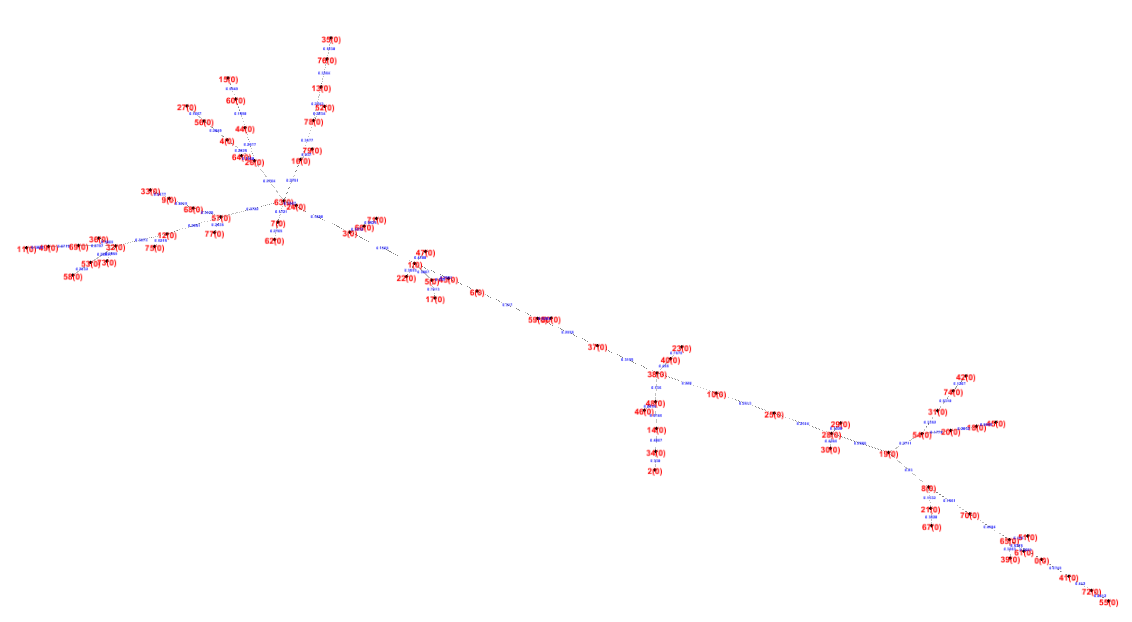
Earlier version of the Graphviz export proyecto_4/Capturas/01Erdos,80,190_Prim.png (UR00ing/DAA_proyecto). Its source is kept beside it as proyecto_4/Prim/01Erdos,80,190_Prim.gv. Source of this version:
```dot
graph G {
"72(0)" -- "41(0)" [label="0.412"];
"41(0)" -- "0(0)" [label="0.0749"];
"0(0)" -- "65(0)" [label="0.3001"];
"65(0)" -- "51(0)" [label="0.163"];
"65(0)" -- "39(0)" [label="0.3963"];
"65(0)" -- "70(0)" [label="0.4484"];
"70(0)" -- "8(0)" [label="0.1561"];
"8(0)" -- "21(0)" [label="0.1332"];
"8(0)" -- "19(0)" [label="0.23"];
"19(0)" -- "28(0)" [label="0.2586"];
"28(0)" -- "29(0)" [label="0.1228"];
"28(0)" -- "25(0)" [label="0.2314"];
"25(0)" -- "10(0)" [label="0.2313"];
"10(0)" -- "38(0)" [label="0.228"];
"38(0)" -- "48(0)" [label="0.136"];
"48(0)" -- "14(0)" [label="0.0746"];
"48(0)" -- "46(0)" [label="0.0834"];
"19(0)" -- "54(0)" [label="0.2711"];
"54(0)" -- "20(0)" [label="0.1774"];
"20(0)" -- "18(0)" [label="0.2832"];
"18(0)" -- "45(0)" [label="0.0466"];
"21(0)" -- "67(0)" [label="0.3028"];
"38(0)" -- "37(0)" [label="0.3195"];
"37(0)" -- "59(0)" [label="0.2955"];
"59(0)" -- "6(0)" [label="0.317"];
"6(0)" -- "1(0)" [label="0.2661"];
"1(0)" -- "3(0)" [label="0.1305"];
"3(0)" -- "63(0)" [label="0.1098"];
"3(0)" -- "66(0)" [label="0.1672"];
"63(0)" -- "7(0)" [label="0.1721"];
"63(0)" -- "26(0)" [label="0.2704"];
"26(0)" -- "64(0)" [label="0.1968"];
"26(0)" -- "4(0)" [label="0.2025"];
"7(0)" -- "62(0)" [label="0.2705"];
"63(0)" -- "57(0)" [label="0.2722"];
"57(0)" -- "77(0)" [label="0.2435"];
"63(0)" -- "16(0)" [label="0.2751"];
"4(0)" -- "56(0)" [label="0.2849"];
"56(0)" -- "27(0)" [label="0.1067"];
"57(0)" -- "12(0)" [label="0.2951"];
"26(0)" -- "44(0)" [label="0.2977"];
"44(0)" -- "60(0)" [label="0.1598"];
"1(0)" -- "22(0)" [label="0.3093"];
"63(0)" -- "24(0)" [label="0.3107"];
"57(0)" -- "68(0)" [label="0.3125"];
"54(0)" -- "31(0)" [label="0.3352"];
"12(0)" -- "32(0)" [label="0.3473"];
"32(0)" -- "53(0)" [label="0.2003"];
"53(0)" -- "58(0)" [label="0.2032"];
"32(0)" -- "69(0)" [label="0.2797"];
"69(0)" -- "49(0)" [label="0.0719"];
"32(0)" -- "73(0)" [label="0.2859"];
"16(0)" -- "78(0)" [label="0.3477"];
"78(0)" -- "52(0)" [label="0.2034"];
"78(0)" -- "13(0)" [label="0.2743"];
"13(0)" -- "76(0)" [label="0.3364"];
"76(0)" -- "35(0)" [label="0.1038"];
"1(0)" -- "5(0)" [label="0.3807"];
"5(0)" -- "43(0)" [label="0.109"];
"49(0)" -- "11(0)" [label="0.3826"];
"32(0)" -- "36(0)" [label="0.3909"];
"68(0)" -- "9(0)" [label="0.4019"];
"9(0)" -- "33(0)" [label="0.4177"];
"1(0)" -- "47(0)" [label="0.4188"];
"28(0)" -- "30(0)" [label="0.4246"];
"38(0)" -- "40(0)" [label="0.455"];
"14(0)" -- "34(0)" [label="0.4807"];
"34(0)" -- "2(0)" [label="0.338"];
"65(0)" -- "61(0)" [label="0.5705"];
"12(0)" -- "75(0)" [label="0.6215"];
"59(0)" -- "50(0)" [label="0.6284"];
"31(0)" -- "74(0)" [label="0.6318"];
"74(0)" -- "42(0)" [label="0.1207"];
"16(0)" -- "79(0)" [label="0.637"];
"60(0)" -- "15(0)" [label="0.6549"];
"5(0)" -- "17(0)" [label="0.7413"];
"40(0)" -- "23(0)" [label="0.7579"];
"72(0)" -- "55(0)" [label="0.8412"];
"66(0)" -- "71(0)" [label="0.9525"];
}
```
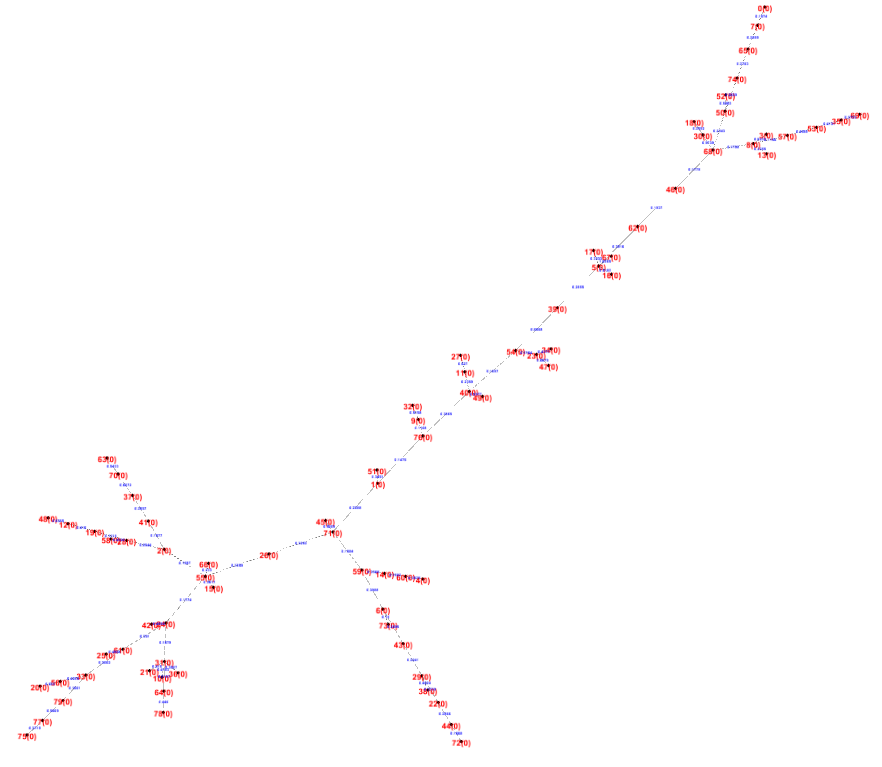
Later version of the same file.

What changed in the source:
```diff
@@ -1,81 +1,81 @@
 graph G {
-"72(0)" -- "41(0)" [label="0.412"];
-"41(0)" -- "0(0)" [label="0.0749"];
-"0(0)" -- "65(0)" [label="0.3001"];
-"65(0)" -- "51(0)" [label="0.163"];
-"65(0)" -- "39(0)" [label="0.3963"];
-"65(0)" -- "70(0)" [label="0.4484"];
-"70(0)" -- "8(0)" [label="0.1561"];
-"8(0)" -- "21(0)" [label="0.1332"];
-"8(0)" -- "19(0)" [label="0.23"];
-"19(0)" -- "28(0)" [label="0.2586"];
-"28(0)" -- "29(0)" [label="0.1228"];
-"28(0)" -- "25(0)" [label="0.2314"];
-"25(0)" -- "10(0)" [label="0.2313"];
-"10(0)" -- "38(0)" [label="0.228"];
-"38(0)" -- "48(0)" [label="0.136"];
-"48(0)" -- "14(0)" [label="0.0746"];
-"48(0)" -- "46(0)" [label="0.0834"];
-"19(0)" -- "54(0)" [label="0.2711"];
-"54(0)" -- "20(0)" [label="0.1774"];
-"20(0)" -- "18(0)" [label="0.2832"];
-"18(0)" -- "45(0)" [label="0.0466"];
-"21(0)" -- "67(0)" [label="0.3028"];
-"38(0)" -- "37(0)" [label="0.3195"];
-"37(0)" -- "59(0)" [label="0.2955"];
-"59(0)" -- "6(0)" [label="0.317"];
-"6(0)" -- "1(0)" [label="0.2661"];
-"1(0)" -- "3(0)" [label="0.1305"];
-"3(0)" -- "63(0)" [label="0.1098"];
-"3(0)" -- "66(0)" [label="0.1672"];
-"63(0)" -- "7(0)" [label="0.1721"];
-"63(0)" -- "26(0)" [label="0.2704"];
-"26(0)" -- "64(0)" [label="0.1968"];
-"26(0)" -- "4(0)" [label="0.2025"];
-"7(0)" -- "62(0)" [label="0.2705"];
-"63(0)" -- "57(0)" [label="0.2722"];
-"57(0)" -- "77(0)" [label="0.2435"];
-"63(0)" -- "16(0)" [label="0.2751"];
-"4(0)" -- "56(0)" [label="0.2849"];
-"56(0)" -- "27(0)" [label="0.1067"];
-"57(0)" -- "12(0)" [label="0.2951"];
-"26(0)" -- "44(0)" [label="0.2977"];
-"44(0)" -- "60(0)" [label="0.1598"];
-"1(0)" -- "22(0)" [label="0.3093"];
-"63(0)" -- "24(0)" [label="0.3107"];
-"57(0)" -- "68(0)" [label="0.3125"];
-"54(0)" -- "31(0)" [label="0.3352"];
-"12(0)" -- "32(0)" [label="0.3473"];
-"32(0)" -- "53(0)" [label="0.2003"];
-"53(0)" -- "58(0)" [label="0.2032"];
-"32(0)" -- "69(0)" [label="0.2797"];
-"69(0)" -- "49(0)" [label="0.0719"];
-"32(0)" -- "73(0)" [label="0.2859"];
-"16(0)" -- "78(0)" [label="0.3477"];
-"78(0)" -- "52(0)" [label="0.2034"];
-"78(0)" -- "13(0)" [label="0.2743"];
-"13(0)" -- "76(0)" [label="0.3364"];
-"76(0)" -- "35(0)" [label="0.1038"];
-"1(0)" -- "5(0)" [label="0.3807"];
-"5(0)" -- "43(0)" [label="0.109"];
-"49(0)" -- "11(0)" [label="0.3826"];
-"32(0)" -- "36(0)" [label="0.3909"];
-"68(0)" -- "9(0)" [label="0.4019"];
-"9(0)" -- "33(0)" [label="0.4177"];
-"1(0)" -- "47(0)" [label="0.4188"];
-"28(0)" -- "30(0)" [label="0.4246"];
-"38(0)" -- "40(0)" [label="0.455"];
-"14(0)" -- "34(0)" [label="0.4807"];
-"34(0)" -- "2(0)" [label="0.338"];
-"65(0)" -- "61(0)" [label="0.5705"];
-"12(0)" -- "75(0)" [label="0.6215"];
-"59(0)" -- "50(0)" [label="0.6284"];
-"31(0)" -- "74(0)" [label="0.6318"];
-"74(0)" -- "42(0)" [label="0.1207"];
-"16(0)" -- "79(0)" [label="0.637"];
-"60(0)" -- "15(0)" [label="0.6549"];
-"5(0)" -- "17(0)" [label="0.7413"];
-"40(0)" -- "23(0)" [label="0.7579"];
-"72(0)" -- "55(0)" [label="0.8412"];
-"66(0)" -- "71(0)" [label="0.9525"];
+"74(0)" -- "50(0)" [label="0.2029"];
+"50(0)" -- "68(0)" [label="0.2343"];
+"68(0)" -- "46(0)" [label="0.1779"];
+"68(0)" -- "8(0)" [label="0.1798"];
+"8(0)" -- "3(0)" [label="0.0431"];
+"8(0)" -- "57(0)" [label="0.1156"];
+"46(0)" -- "62(0)" [label="0.1937"];
+"8(0)" -- "13(0)" [label="0.2355"];
+"74(0)" -- "65(0)" [label="0.2763"];
+"65(0)" -- "7(0)" [label="0.2899"];
+"7(0)" -- "0(0)" [label="0.1574"];
+"62(0)" -- "5(0)" [label="0.3916"];
+"5(0)" -- "39(0)" [label="0.2855"];
+"39(0)" -- "54(0)" [label="0.0668"];
+"54(0)" -- "40(0)" [label="0.1097"];
+"40(0)" -- "49(0)" [label="0.0977"];
+"54(0)" -- "23(0)" [label="0.1764"];
+"40(0)" -- "11(0)" [label="0.2359"];
+"5(0)" -- "17(0)" [label="0.3333"];
+"40(0)" -- "76(0)" [label="0.3865"];
+"76(0)" -- "9(0)" [label="0.1108"];
+"76(0)" -- "1(0)" [label="0.1475"];
+"1(0)" -- "71(0)" [label="0.2288"];
+"71(0)" -- "59(0)" [label="0.1584"];
+"71(0)" -- "26(0)" [label="0.3262"];
+"26(0)" -- "55(0)" [label="0.1859"];
+"55(0)" -- "24(0)" [label="0.1774"];
+"24(0)" -- "31(0)" [label="0.1679"];
+"31(0)" -- "64(0)" [label="0.0187"];
+"55(0)" -- "2(0)" [label="0.1987"];
+"2(0)" -- "28(0)" [label="0.0544"];
+"28(0)" -- "19(0)" [label="0.1319"];
+"2(0)" -- "41(0)" [label="0.1577"];
+"55(0)" -- "66(0)" [label="0.233"];
+"41(0)" -- "37(0)" [label="0.2657"];
+"59(0)" -- "14(0)" [label="0.3368"];
+"14(0)" -- "60(0)" [label="0.1282"];
+"1(0)" -- "51(0)" [label="0.3451"];
+"24(0)" -- "61(0)" [label="0.351"];
+"61(0)" -- "33(0)" [label="0.3002"];
+"33(0)" -- "79(0)" [label="0.1001"];
+"60(0)" -- "4(0)" [label="0.3575"];
+"55(0)" -- "15(0)" [label="0.3617"];
+"31(0)" -- "36(0)" [label="0.3907"];
+"59(0)" -- "6(0)" [label="0.3988"];
+"6(0)" -- "73(0)" [label="0.19"];
+"6(0)" -- "43(0)" [label="0.2695"];
+"43(0)" -- "29(0)" [label="0.2241"];
+"29(0)" -- "22(0)" [label="0.3729"];
+"22(0)" -- "44(0)" [label="0.2866"];
+"44(0)" -- "72(0)" [label="0.1668"];
+"19(0)" -- "12(0)" [label="0.416"];
+"23(0)" -- "34(0)" [label="0.4177"];
+"31(0)" -- "10(0)" [label="0.4183"];
+"33(0)" -- "56(0)" [label="0.4289"];
+"64(0)" -- "78(0)" [label="0.446"];
+"61(0)" -- "25(0)" [label="0.4556"];
+"29(0)" -- "38(0)" [label="0.4624"];
+"24(0)" -- "42(0)" [label="0.4859"];
+"28(0)" -- "58(0)" [label="0.4926"];
+"57(0)" -- "53(0)" [label="0.4988"];
+"53(0)" -- "35(0)" [label="0.4131"];
+"35(0)" -- "69(0)" [label="0.2733"];
+"71(0)" -- "45(0)" [label="0.5009"];
+"9(0)" -- "32(0)" [label="0.5158"];
+"50(0)" -- "52(0)" [label="0.5462"];
+"79(0)" -- "77(0)" [label="0.5609"];
+"77(0)" -- "75(0)" [label="0.3719"];
+"68(0)" -- "30(0)" [label="0.5739"];
+"30(0)" -- "18(0)" [label="0.2552"];
+"37(0)" -- "70(0)" [label="0.6072"];
+"70(0)" -- "63(0)" [label="0.5433"];
+"5(0)" -- "16(0)" [label="0.6182"];
+"56(0)" -- "20(0)" [label="0.622"];
+"11(0)" -- "27(0)" [label="0.627"];
+"12(0)" -- "48(0)" [label="0.6385"];
+"23(0)" -- "47(0)" [label="0.6675"];
+"31(0)" -- "21(0)" [label="0.915"];
+"5(0)" -- "67(0)" [label="1.0065"];
 }
```
